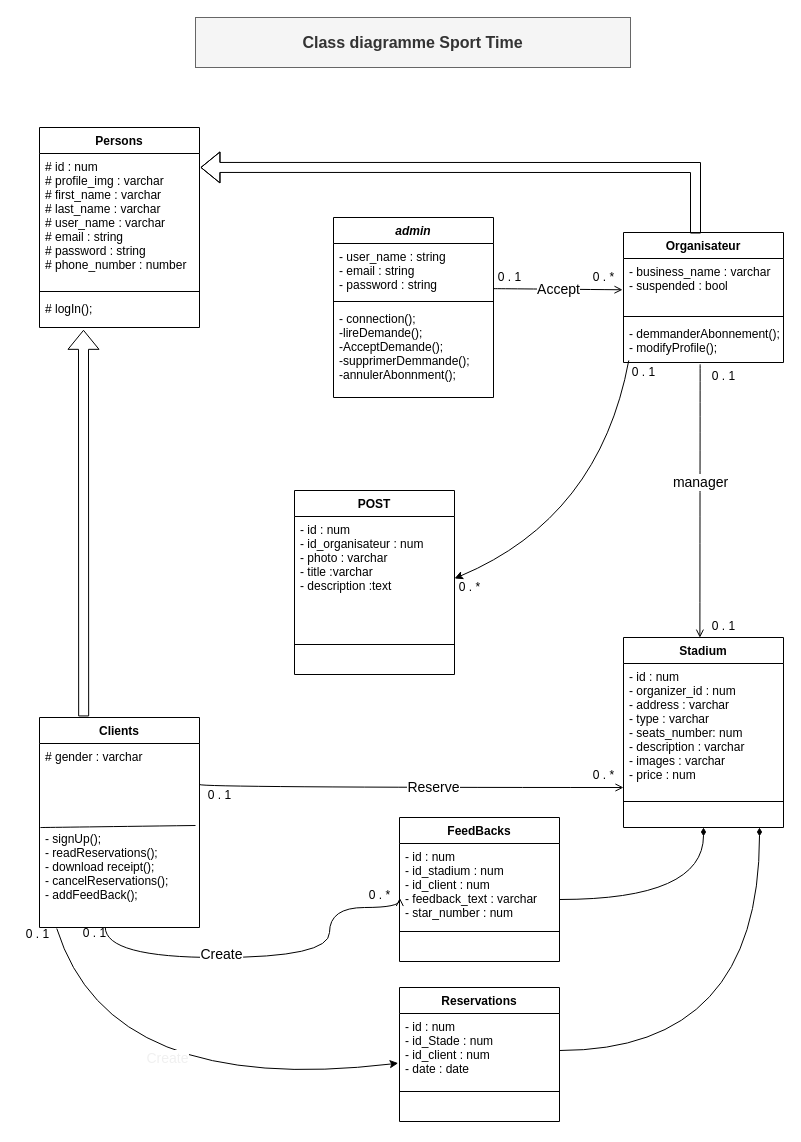
StailiAbdessalam/file-roue-sport-time- keeps this draw.io diagram as CDC & Consiption/Class.drawio. Above is the earlier version. Source tidied: cells renumbered, new cells numbered last; positions are measured from the earlier drawing's top-left corner, leaving out a move shared by most shapes. Both pictures are drawn from the tidied source at 100%, with x=0, y=0 at pixel (17, 17).
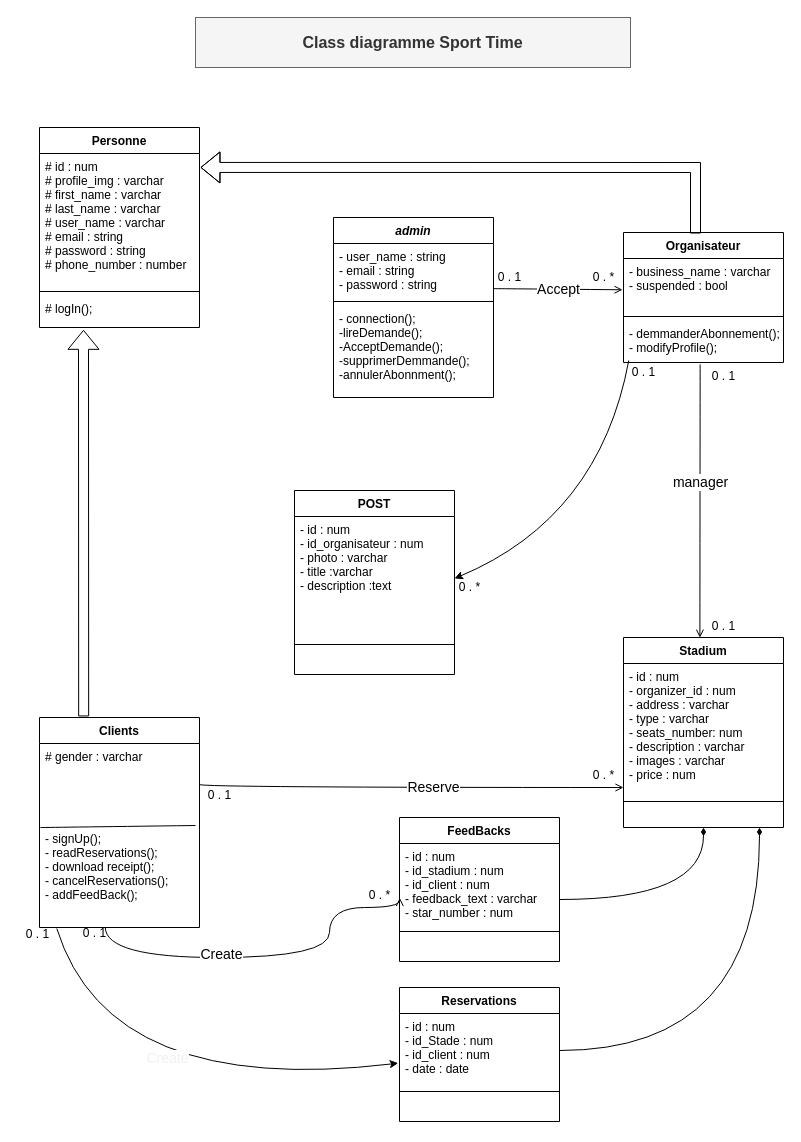
Above is the later version.

Commit message:
diagrame de class

Change to the diagram source:
```diff
@@
-    <mxCell id="38" value="Persons" style="swimlane;fontStyle=1;align=center;verticalAlign=top;horizontal=1;startSize=26;rounded=0;shadow=0;strokeWidth=1;" parent="1" vertex="1">
+    <mxCell id="38" value="Personne" style="swimlane;fontStyle=1;align=center;verticalAlign=top;horizontal=1;startSize=26;rounded=0;shadow=0;strokeWidth=1;" parent="1" vertex="1">
       <mxGeometry x="22" y="110" width="160" height="200" as="geometry" />
     </mxCell>
```
